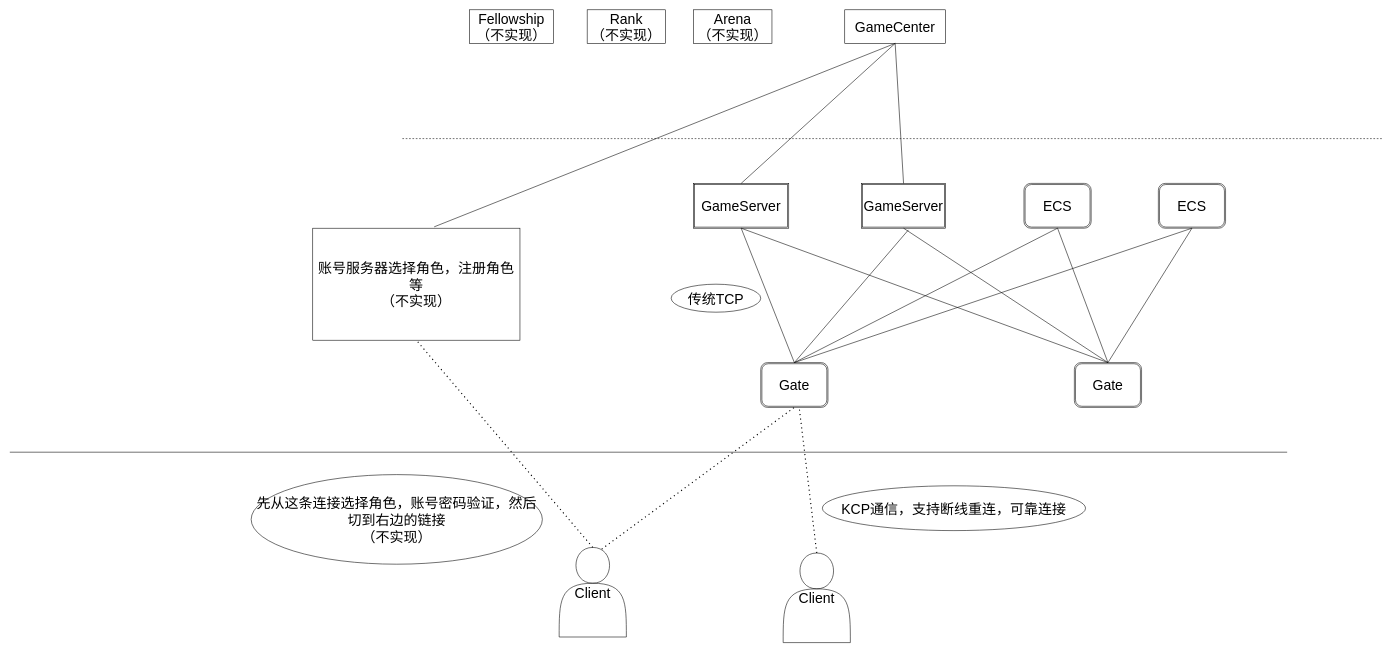
a654889339/FingerGuessGame keeps this draw.io diagram as page "Base" (1 of 5) of Doc/GameServerFrame.drawio. Above is the earlier version. Source tidied: cells renumbered, new cells numbered last; positions are measured from the earlier drawing's top-left corner, leaving out a move shared by most shapes. Both pictures are drawn from the tidied source at 56%, with x=0, y=0 at pixel (10, 10).
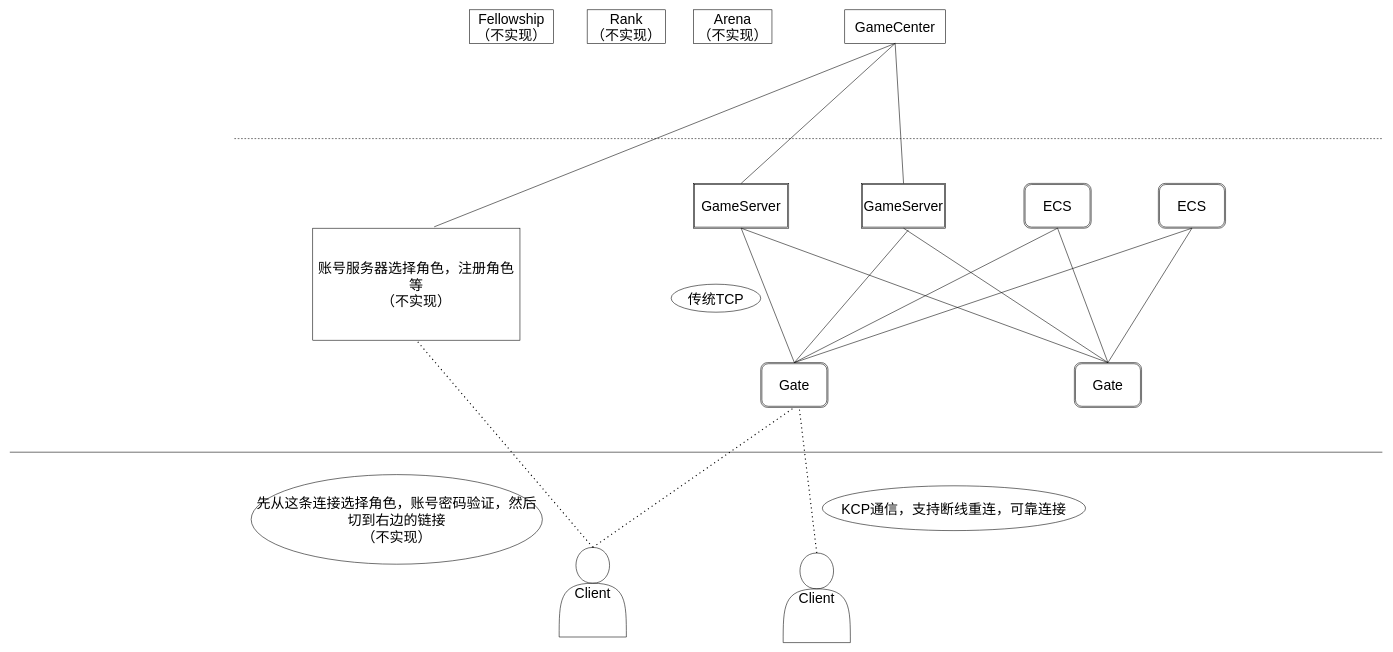
Above is the later version.

Unchanged cells that the change refers to:
```xml
<mxCell id="3" value="&lt;font style=&quot;font-size: 25px&quot;&gt;Client&lt;/font&gt;" style="shape=actor;whiteSpace=wrap;html=1;" parent="1" vertex="1">
  <mxGeometry x="981" y="960" width="120" height="160" as="geometry" />
</mxCell>
<mxCell id="5" value="Gate" style="shape=ext;double=1;rounded=1;whiteSpace=wrap;html=1;fontSize=25;" parent="1" vertex="1">
  <mxGeometry x="1341" y="630" width="120" height="80" as="geometry" />
</mxCell>
```

What changed in the source:
```diff
@@
     <mxCell id="2" style="endArrow=none;html=1;rounded=0;" parent="1" edge="1">
       <mxGeometry relative="1" as="geometry">
         <mxPoint y="790" as="sourcePoint" />
-        <mxPoint x="2281" y="790" as="targetPoint" />
+        <mxPoint x="2451" y="790" as="targetPoint" />
       </mxGeometry>
     </mxCell>
@@
-    <mxCell id="12" style="endArrow=none;dashed=1;html=1;dashPattern=1 3;strokeWidth=2;rounded=0;fontSize=25;exitX=0.633;exitY=0.019;exitDx=0;exitDy=0;exitPerimeter=0;entryX=0.5;entryY=1;entryDx=0;entryDy=0;" parent="1" edge="1" source="3" target="5">
+    <mxCell id="12" style="endArrow=none;dashed=1;html=1;dashPattern=1 3;strokeWidth=2;rounded=0;fontSize=25;exitX=0.5;exitY=0;exitDx=0;exitDy=0;entryX=0.5;entryY=1;entryDx=0;entryDy=0;" parent="1" edge="1" source="3" target="5">
       <mxGeometry relative="1" as="geometry" />
     </mxCell>
@@
     <mxCell id="24" style="endArrow=none;dashed=1;html=1;rounded=0;fontSize=25;" parent="1" edge="1">
       <mxGeometry relative="1" as="geometry">
-        <mxPoint x="701" y="230" as="sourcePoint" />
+        <mxPoint x="401" y="230" as="sourcePoint" />
         <mxPoint x="2451" y="230" as="targetPoint" />
       </mxGeometry>
     </mxCell>
```
